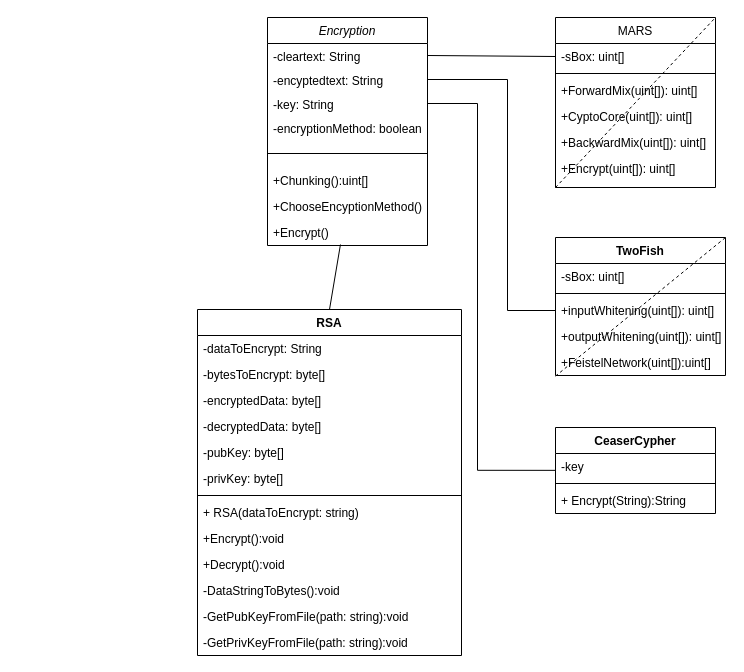
The draw.io diagram ClassDiagram.drawio in Masi1155/PasswordManager, before the edit. Source tidied: cells renumbered, new cells numbered last; positions are measured from the earlier drawing's top-left corner, leaving out a move shared by most shapes. Both pictures are drawn from the tidied source at 100%, with x=0, y=0 at pixel (197, 17).
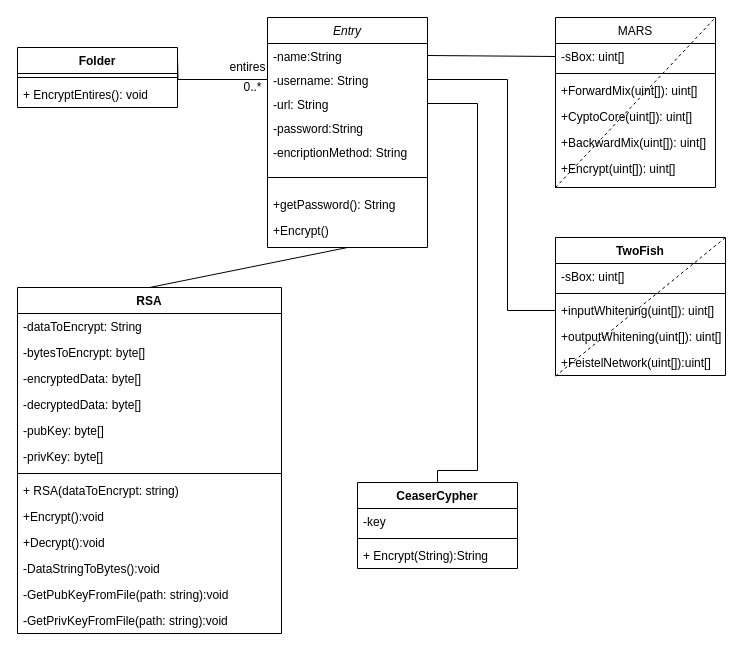
After the change.

Commit message (it also covers changes not shown here):
Added Entry, Folder and fixed RSA

Unchanged cells that the change refers to:
```xml
<mxCell id="26" value="-key" style="text;strokeColor=none;fillColor=none;align=left;verticalAlign=top;spacingLeft=4;spacingRight=4;overflow=hidden;points=[[0,0.5],[1,0.5]];portConstraint=eastwest;" parent="25" vertex="1">
  <mxGeometry y="26" width="160" height="26" as="geometry" />
</mxCell>
```

Diff of the diagram source:
```diff
@@
-    <mxCell id="2" value="Encryption" style="swimlane;fontStyle=2;align=center;verticalAlign=top;horizontal=1;startSize=26;rounded=0;shadow=0;strokeWidth=1;" parent="1" vertex="1">
-      <mxGeometry x="70" width="160" height="228" as="geometry" />
+    <mxCell id="2" value="Entry" style="swimlane;fontStyle=2;align=center;verticalAlign=top;horizontal=1;startSize=26;rounded=0;shadow=0;strokeWidth=1;" parent="1" vertex="1">
+      <mxGeometry x="70" width="160" height="230" as="geometry" />
     </mxCell>
-    <mxCell id="3" value="-cleartext: String" style="text;align=left;verticalAlign=top;spacingLeft=4;spacingRight=4;overflow=hidden;points=[[0,0.5],[1,0.5]];portConstraint=eastwest;" parent="2" vertex="1">
+    <mxCell id="3" value="-name:String" style="text;align=left;verticalAlign=top;spacingLeft=4;spacingRight=4;overflow=hidden;points=[[0,0.5],[1,0.5]];portConstraint=eastwest;" parent="2" vertex="1">
       <mxGeometry y="26" width="160" height="24" as="geometry" />
     </mxCell>
-    <mxCell id="4" value="-encyptedtext: String" style="text;align=left;verticalAlign=top;spacingLeft=4;spacingRight=4;overflow=hidden;points=[[0,0.5],[1,0.5]];portConstraint=eastwest;" parent="2" vertex="1">
+    <mxCell id="4" value="-username: String" style="text;align=left;verticalAlign=top;spacingLeft=4;spacingRight=4;overflow=hidden;points=[[0,0.5],[1,0.5]];portConstraint=eastwest;" parent="2" vertex="1">
       <mxGeometry y="50" width="160" height="24" as="geometry" />
     </mxCell>
-    <mxCell id="5" value="-key: String" style="text;align=left;verticalAlign=top;spacingLeft=4;spacingRight=4;overflow=hidden;points=[[0,0.5],[1,0.5]];portConstraint=eastwest;" parent="2" vertex="1">
+    <mxCell id="5" value="-url: String" style="text;align=left;verticalAlign=top;spacingLeft=4;spacingRight=4;overflow=hidden;points=[[0,0.5],[1,0.5]];portConstraint=eastwest;" parent="2" vertex="1">
       <mxGeometry y="74" width="160" height="24" as="geometry" />
     </mxCell>
-    <mxCell id="6" value="-encryptionMethod: boolean" style="text;align=left;verticalAlign=top;spacingLeft=4;spacingRight=4;overflow=hidden;" parent="2" vertex="1">
+    <mxCell id="6" value="-password:String" style="text;align=left;verticalAlign=top;spacingLeft=4;spacingRight=4;overflow=hidden;" parent="2" vertex="1">
       <mxGeometry y="98" width="160" height="24" as="geometry" />
     </mxCell>
+    <mxCell id="48" value="-encriptionMethod: String" style="text;align=left;verticalAlign=top;spacingLeft=4;spacingRight=4;overflow=hidden;" parent="2" vertex="1">
+      <mxGeometry y="122" width="160" height="24" as="geometry" />
+    </mxCell>
     <mxCell id="7" style="line;html=1;strokeWidth=1;align=left;verticalAlign=middle;spacingTop=-1;spacingLeft=3;spacingRight=3;labelPosition=right;" parent="2" vertex="1">
-      <mxGeometry y="122" width="160" height="28" as="geometry" />
+      <mxGeometry y="146" width="160" height="28" as="geometry" />
     </mxCell>
-    <mxCell id="8" value="+Chunking():uint[]" style="text;align=left;verticalAlign=top;spacingLeft=4;spacingRight=4;overflow=hidden;" parent="2" vertex="1">
-      <mxGeometry y="150" width="160" height="26" as="geometry" />
+    <mxCell id="8" value="+getPassword(): String" style="text;align=left;verticalAlign=top;spacingLeft=4;spacingRight=4;overflow=hidden;" parent="2" vertex="1">
+      <mxGeometry y="174" width="160" height="26" as="geometry" />
     </mxCell>
-    <mxCell id="9" value="+ChooseEncyptionMethod()" style="text;align=left;verticalAlign=top;spacingLeft=4;spacingRight=4;overflow=hidden;" parent="2" vertex="1">
-      <mxGeometry y="176" width="160" height="26" as="geometry" />
-    </mxCell>
     <mxCell id="10" value="+Encrypt()" style="text;align=left;verticalAlign=top;spacingLeft=4;spacingRight=4;overflow=hidden;points=[[0,0.5],[1,0.5]];portConstraint=eastwest;" parent="2" vertex="1">
-      <mxGeometry y="202" width="160" height="26" as="geometry" />
+      <mxGeometry y="200" width="160" height="26" as="geometry" />
     </mxCell>
@@
     <mxCell id="25" value="CeaserCypher" style="swimlane;fontStyle=1;align=center;verticalAlign=top;horizontal=1;startSize=26;" parent="1" vertex="1">
-      <mxGeometry x="358" y="410" width="160" height="86" as="geometry" />
+      <mxGeometry x="160" y="465" width="160" height="86" as="geometry" />
     </mxCell>
@@
-    <mxCell id="31" style="endArrow=none;html=1;edgeStyle=orthogonalEdgeStyle;rounded=0;exitX=1;exitY=0.5;exitDx=0;exitDy=0;entryX=-0.003;entryY=0.648;entryDx=0;entryDy=0;entryPerimeter=0;" parent="1" edge="1" source="5" target="26">
+    <mxCell id="31" style="endArrow=none;html=1;edgeStyle=orthogonalEdgeStyle;rounded=0;exitX=1;exitY=0.5;exitDx=0;exitDy=0;entryX=0.5;entryY=0;entryDx=0;entryDy=0;" parent="1" edge="1" source="5" target="25">
       <mxGeometry relative="1" as="geometry">
         <Array as="points">
           <mxPoint x="280" y="86" />
           <mxPoint x="280" y="453" />
+          <mxPoint x="240" y="453" />
         </Array>
       </mxGeometry>
     </mxCell>
@@
     <mxCell id="33" value="RSA" style="swimlane;fontStyle=1;align=center;verticalAlign=top;horizontal=1;startSize=26;" parent="1" vertex="1">
-      <mxGeometry y="292" width="264" height="346" as="geometry" />
+      <mxGeometry x="-180" y="270" width="264" height="346" as="geometry" />
     </mxCell>
@@
-    <mxCell id="47" style="endArrow=none;html=1;rounded=0;entryX=0.456;entryY=0.962;entryDx=0;entryDy=0;entryPerimeter=0;exitX=0.5;exitY=0;exitDx=0;exitDy=0;" parent="1" edge="1" source="33" target="10">
+    <mxCell id="47" style="endArrow=none;html=1;rounded=0;entryX=0.5;entryY=1;entryDx=0;entryDy=0;exitX=0.5;exitY=0;exitDx=0;exitDy=0;" parent="1" edge="1" source="33" target="2">
       <mxGeometry relative="1" as="geometry" />
     </mxCell>
+    <mxCell id="49" value="Folder" style="swimlane;fontStyle=1;align=center;verticalAlign=top;horizontal=1;startSize=26;" parent="1" vertex="1">
+      <mxGeometry x="-180" y="30" width="160" height="60" as="geometry" />
+    </mxCell>
+    <mxCell id="50" style="line;strokeWidth=1;fillColor=none;align=left;verticalAlign=middle;spacingTop=-1;spacingLeft=3;spacingRight=3;labelPosition=right;" parent="49" vertex="1">
+      <mxGeometry y="26" width="160" height="8" as="geometry" />
+    </mxCell>
+    <mxCell id="51" value="+ EncryptEntires(): void" style="text;strokeColor=none;fillColor=none;align=left;verticalAlign=top;spacingLeft=4;spacingRight=4;overflow=hidden;" parent="49" vertex="1">
+      <mxGeometry y="34" width="160" height="26" as="geometry" />
+    </mxCell>
+    <mxCell id="52" style="endArrow=none;html=1;edgeStyle=orthogonalEdgeStyle;rounded=0;exitX=1;exitY=0.5;exitDx=0;exitDy=0;" parent="1" edge="1" target="4">
+      <mxGeometry relative="1" as="geometry">
+        <mxPoint x="-20" y="39" as="sourcePoint" />
+      </mxGeometry>
+    </mxCell>
+    <mxCell id="53" value="entires" style="text;html=1;align=center;verticalAlign=middle;strokeColor=none;fillColor=none;" parent="1" vertex="1">
+      <mxGeometry x="25" y="40" width="50" height="20" as="geometry" />
+    </mxCell>
+    <mxCell id="54" value="0..*" style="text;html=1;align=center;verticalAlign=middle;strokeColor=none;fillColor=none;" parent="1" vertex="1">
+      <mxGeometry x="40" y="60" width="30" height="20" as="geometry" />
+    </mxCell>
```
